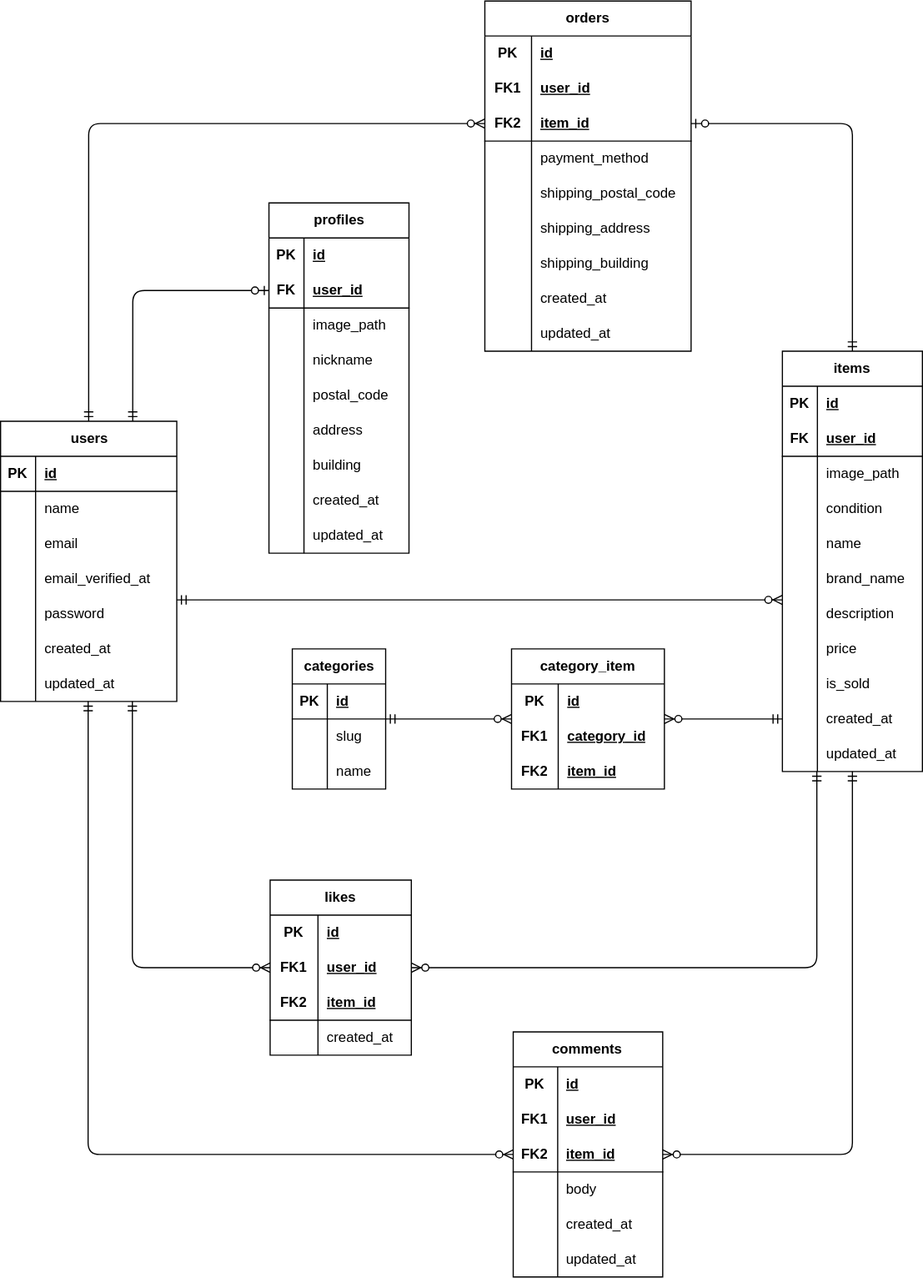
Above: database-design.drawio.svg in sangwon-lee302/flea-market (draw.io), before the change. Source tidied: cells renumbered, new cells last; positions are measured from the earlier drawing's top-left corner, leaving out a move shared by most shapes.
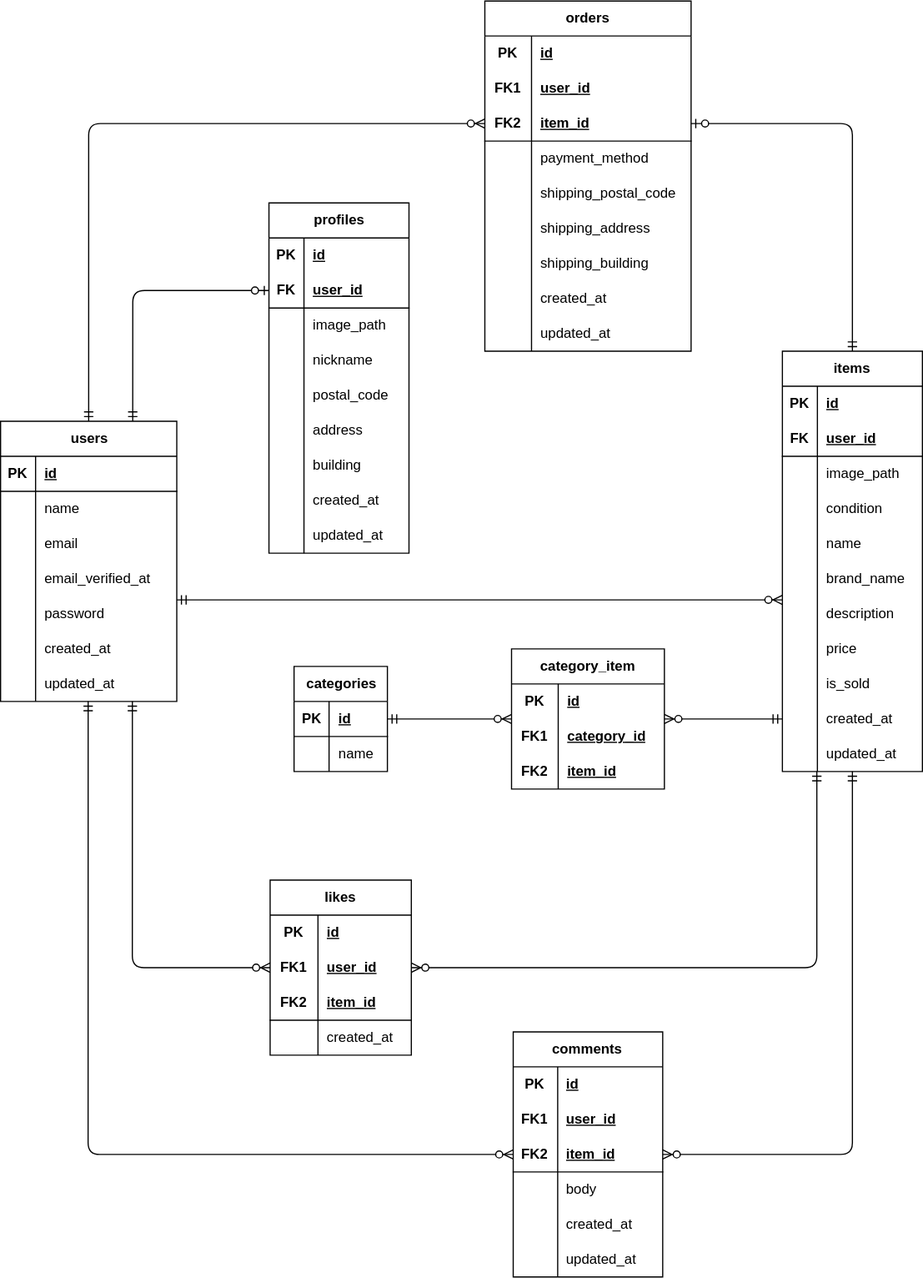
Later version of the same file.

The edit, as a diff of the source:
```diff
@@ -69,7 +69,7 @@
       <mxGeometry x="30" width="121" height="30" as="geometry" />
     </mxCell>
     <mxCell id="24" value="categories" style="shape=table;startSize=30;rowLines=0;fontStyle=1;align=center;html=1;" parent="1" vertex="1">
-      <mxGeometry x="250" y="555" width="80" height="120" as="geometry" />
+      <mxGeometry x="251.5" y="570" width="80" height="90" as="geometry" />
     </mxCell>
     <mxCell id="25" style="shape=tableRow;horizontal=0;startSize=0;swimlaneHead=0;swimlaneBody=0;fillColor=none;points=[[0,0.5],[1,0.5]];portConstraint=eastwest;top=0;left=0;right=0;bottom=1;" parent="24" vertex="1">
       <mxGeometry y="30" width="80" height="30" as="geometry" />
@@ -80,17 +80,8 @@
     <mxCell id="27" value="id" style="shape=partialRectangle;fillColor=none;top=0;left=0;bottom=0;right=0;align=left;spacingLeft=6;fontStyle=5;overflow=hidden;whiteSpace=wrap;html=1;" parent="25" vertex="1">
       <mxGeometry x="30" width="50" height="30" as="geometry" />
     </mxCell>
-    <mxCell id="28" style="shape=tableRow;horizontal=0;startSize=0;swimlaneHead=0;swimlaneBody=0;fillColor=none;points=[[0,0.5],[1,0.5]];portConstraint=eastwest;top=0;left=0;right=0;bottom=0;" parent="24" vertex="1">
-      <mxGeometry y="60" width="80" height="30" as="geometry" />
-    </mxCell>
-    <mxCell id="29" style="shape=partialRectangle;fillColor=none;top=0;left=0;bottom=0;right=0;overflow=hidden;whiteSpace=wrap;html=1;" parent="28" vertex="1">
-      <mxGeometry width="30" height="30" as="geometry" />
-    </mxCell>
-    <mxCell id="30" value="slug" style="shape=partialRectangle;fillColor=none;top=0;left=0;bottom=0;right=0;align=left;spacingLeft=6;overflow=hidden;whiteSpace=wrap;html=1;" parent="28" vertex="1">
-      <mxGeometry x="30" width="50" height="30" as="geometry" />
-    </mxCell>
     <mxCell id="31" style="shape=tableRow;horizontal=0;startSize=0;swimlaneHead=0;swimlaneBody=0;fillColor=none;top=0;left=0;right=0;bottom=0;" parent="24" vertex="1">
-      <mxGeometry y="90" width="80" height="30" as="geometry" />
+      <mxGeometry y="60" width="80" height="30" as="geometry" />
     </mxCell>
     <mxCell id="32" style="shape=partialRectangle;fillColor=none;top=0;left=0;bottom=0;right=0;overflow=hidden;whiteSpace=wrap;html=1;" parent="31" vertex="1">
       <mxGeometry width="30" height="30" as="geometry" />
@@ -425,7 +416,7 @@
     <mxCell id="142" style="edgeStyle=orthogonalEdgeStyle;fontSize=12;html=1;endArrow=ERzeroToMany;startArrow=ERmandOne;entryX=0;entryY=0.5;entryDx=0;entryDy=0;exitX=0.5;exitY=0;exitDx=0;exitDy=0;" parent="1" edge="1" source="2" target="121">
       <mxGeometry relative="1" as="geometry" />
     </mxCell>
-    <mxCell id="143" style="fontSize=12;html=1;endArrow=ERzeroToMany;startArrow=ERmandOne;exitX=1;exitY=0;exitDx=0;exitDy=0;exitPerimeter=0;entryX=0.001;entryY=0;entryDx=0;entryDy=0;entryPerimeter=0;" parent="1" edge="1" source="28" target="72">
+    <mxCell id="143" style="fontSize=12;html=1;endArrow=ERzeroToMany;startArrow=ERmandOne;exitX=1;exitY=0.5;exitDx=0;exitDy=0;entryX=0.001;entryY=0;entryDx=0;entryDy=0;entryPerimeter=0;" parent="1" edge="1" source="25" target="72">
       <mxGeometry relative="1" as="geometry" />
     </mxCell>
     <mxCell id="144" value="profiles" style="shape=table;startSize=30;rowLines=0;fontStyle=1;align=center;html=1;" parent="1" vertex="1">
```
